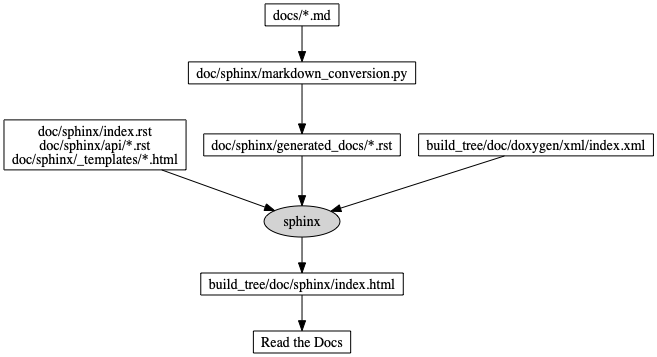
Before: doc/images/sphinx_flow.png, a diagram exported from Graphviz (approvals/ApprovalTests.cpp). Its source is kept beside it as doc/images/source/sphinx_flow.dot.
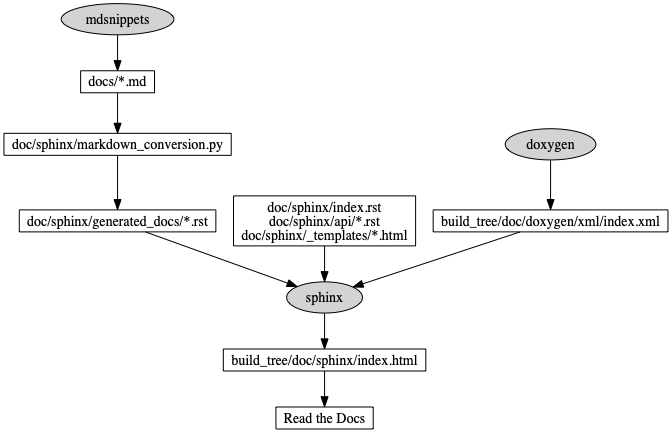
Later version of the same file.

Commit message:
d   Show how some of the sphinx inputs are created

This shows how the diagrams for documentation flow
fit together

What changed in the source:
```diff
@@ -3,18 +3,22 @@
     node [fontsize = 14, shape = box, height = 0.25]
     edge [fontsize = 14]
 
+    "mdsnippets" [shape = oval, fillcolor = lightgray, style = filled]
+    "doxygen" [shape = oval, fillcolor = lightgray, style = filled]
     "sphinx" [shape = oval, fillcolor = lightgray, style = filled]
 
     "source_rst" [label = "doc/sphinx/index.rst\ndoc/sphinx/api/*.rst\ndoc/sphinx/_templates/*.html"]
     "source_rst" -> "sphinx"
 
     "docs_md" [label = "docs/*.md"]
+    "mdsnippets" -> "docs_md"
     "markdown_conversion_py" [label = "doc/sphinx/markdown_conversion.py"]
     "generated_rst" [label = "doc/sphinx/generated_docs/*.rst"]
     "docs_md" -> "markdown_conversion_py" -> "generated_rst"
     "generated_rst" -> "sphinx"
 
     "index.xml" [label = "build_tree/doc/doxygen/xml/index.xml"]
+    "doxygen" -> "index.xml"
     "index.xml" -> "sphinx"
 
     "sphinx_output" [label = "build_tree/doc/sphinx/index.html"]
```
